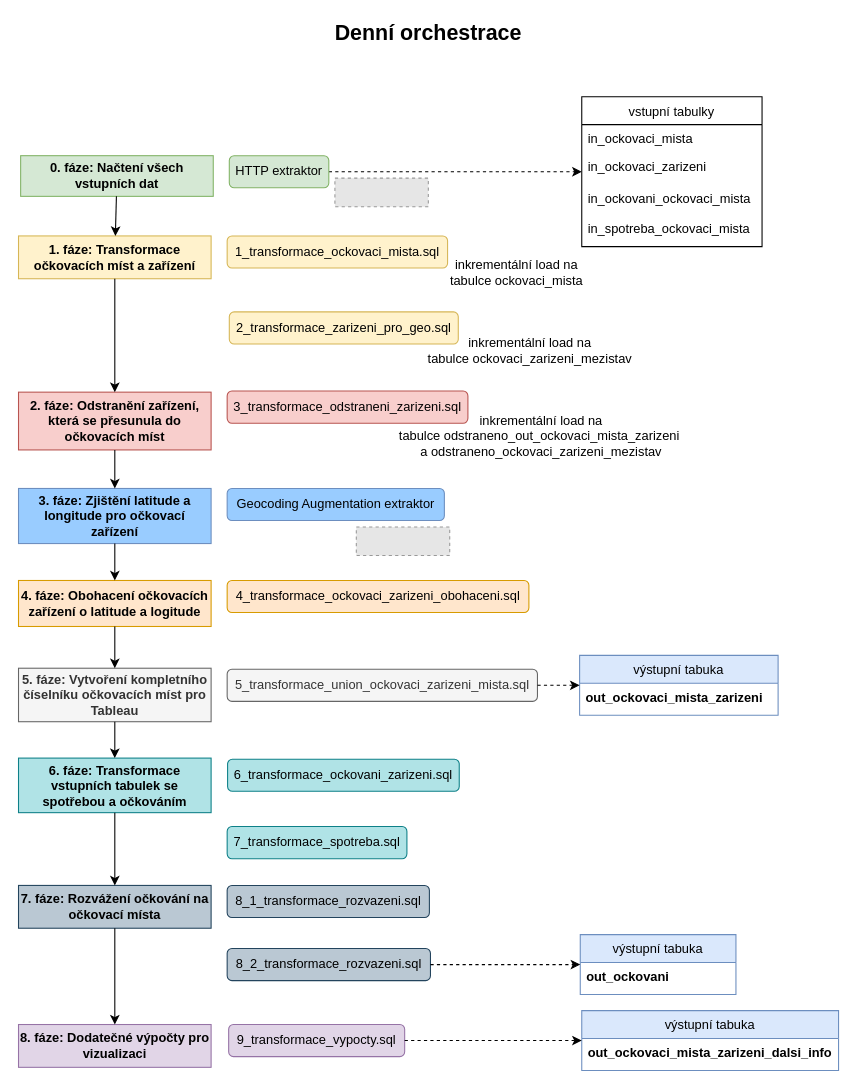
AdelaKohoutkova/da-projekt-2021 keeps this draw.io diagram as Transformace/flowchart_denni_transformace.drawio. Above is the earlier version. Source tidied: cells renumbered, new cells numbered last; positions are measured from the earlier drawing's top-left corner, leaving out a move shared by most shapes. Both pictures are drawn from the tidied source at 107%, with x=0, y=0 at pixel (18, 20). Pictures stored in the file or linked from it are replaced by grey dashed boxes.
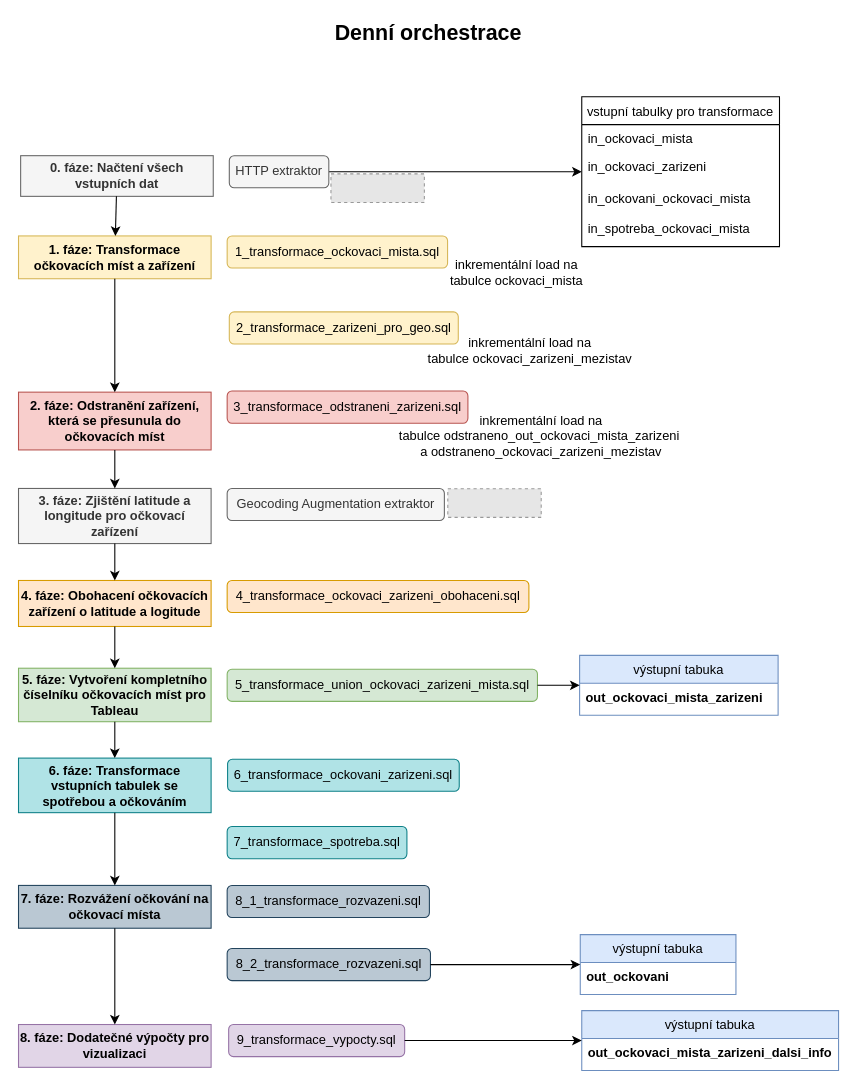
The same diagram, later.

Commit message (it also covers changes not shown here):
aktualizovány vývojové diagramy transformací

The change refers to these unchanged cells:
```xml
<mxCell id="19" value="8_2_transformace_rozvazeni.sql" style="rounded=1;whiteSpace=wrap;html=1;fillColor=#bac8d3;strokeColor=#23445d;" parent="1" vertex="1">
  <mxGeometry x="194.8" y="867" width="190" height="30" as="geometry" />
</mxCell>
<mxCell id="20" value="9_transformace_vypocty.sql" style="rounded=1;whiteSpace=wrap;html=1;fillColor=#e1d5e7;strokeColor=#9673a6;" parent="1" vertex="1">
  <mxGeometry x="196.2" y="938" width="164.5" height="30" as="geometry" />
</mxCell>
<mxCell id="21" value="výstupní tabuka" style="swimlane;fontStyle=0;horizontal=1;startSize=26;fillColor=#dae8fc;strokeColor=#6c8ebf;" parent="1" vertex="1">
  <mxGeometry x="524.2" y="593" width="185.5" height="56" as="geometry" />
</mxCell>
<mxCell id="24" value="výstupní tabuka" style="swimlane;fontStyle=0;horizontal=1;startSize=26;fillColor=#dae8fc;strokeColor=#6c8ebf;" parent="1" vertex="1">
  <mxGeometry x="524.8" y="854" width="145.5" height="56" as="geometry" />
</mxCell>
<mxCell id="27" value="výstupní tabuka" style="swimlane;fontStyle=0;horizontal=1;startSize=26;fillColor=#dae8fc;strokeColor=#6c8ebf;" parent="1" vertex="1">
  <mxGeometry x="526.2" y="925" width="240" height="56" as="geometry" />
</mxCell>
```

The edit, as a diff of the source:
```diff
@@
-    <mxCell id="3" style="rounded=0;jettySize=auto;html=1;dashed=1;" parent="1" edge="1" source="4" target="5">
+    <mxCell id="3" style="rounded=0;jettySize=auto;html=1;" parent="1" edge="1" source="4" target="5">
       <mxGeometry relative="1" as="geometry" />
     </mxCell>
-    <mxCell id="4" value="HTTP extraktor" style="rounded=1;whiteSpace=wrap;html=1;fillColor=#d5e8d4;strokeColor=#82b366;align=center;" parent="1" vertex="1">
+    <mxCell id="4" value="HTTP extraktor" style="rounded=1;whiteSpace=wrap;html=1;fillColor=#f5f5f5;strokeColor=#666666;align=center;fontColor=#333333;" parent="1" vertex="1">
       <mxGeometry x="196.8" y="126" width="93" height="30" as="geometry" />
     </mxCell>
-    <mxCell id="5" value="vstupní tabulky" style="swimlane;fontStyle=0;horizontal=1;startSize=26;" parent="1" vertex="1">
-      <mxGeometry x="526.2" y="71" width="168.5" height="140" as="geometry" />
+    <mxCell id="5" value="vstupní tabulky pro transformace" style="swimlane;fontStyle=0;horizontal=1;startSize=26;" parent="1" vertex="1">
+      <mxGeometry x="526.2" y="71" width="184.8" height="140" as="geometry" />
     </mxCell>
     <mxCell id="6" value="in_ockovaci_mista&#10;" style="text;strokeColor=none;fillColor=none;align=left;verticalAlign=top;spacingLeft=4;spacingRight=4;overflow=hidden;" parent="5" vertex="1">
-      <mxGeometry y="26" width="168.5" height="26" as="geometry" />
+      <mxGeometry y="26" width="184.8" height="26" as="geometry" />
     </mxCell>
     <mxCell id="7" value="in_ockovaci_zarizeni" style="text;strokeColor=none;fillColor=none;spacingLeft=4;spacingRight=4;overflow=hidden;fontSize=12;" parent="5" vertex="1">
-      <mxGeometry y="52" width="168.5" height="30" as="geometry" />
+      <mxGeometry y="52" width="184.8" height="30" as="geometry" />
     </mxCell>
     <mxCell id="8" value="in_ockovani_ockovaci_mista" style="text;strokeColor=none;fillColor=none;align=left;verticalAlign=top;spacingLeft=4;spacingRight=4;overflow=hidden;" parent="5" vertex="1">
-      <mxGeometry y="82" width="168.5" height="28" as="geometry" />
+      <mxGeometry y="82" width="184.8" height="28" as="geometry" />
     </mxCell>
     <mxCell id="9" value="in_spotreba_ockovaci_mista" style="text;strokeColor=none;fillColor=none;spacingLeft=4;spacingRight=4;overflow=hidden;fontSize=12;" parent="5" vertex="1">
-      <mxGeometry y="110" width="168.5" height="30" as="geometry" />
+      <mxGeometry y="110" width="184.8" height="30" as="geometry" />
     </mxCell>
@@
-    <mxCell id="13" value="Geocoding Augmentation extraktor" style="rounded=1;whiteSpace=wrap;html=1;strokeColor=#6c8ebf;fillColor=#99CCFF;" parent="1" vertex="1">
+    <mxCell id="13" value="Geocoding Augmentation extraktor" style="rounded=1;whiteSpace=wrap;html=1;strokeColor=#666666;fillColor=#f5f5f5;fontColor=#333333;" parent="1" vertex="1">
       <mxGeometry x="194.8" y="437" width="203" height="30" as="geometry" />
     </mxCell>
@@
-    <mxCell id="15" value="5_transformace_union_ockovaci_zarizeni_mista.sql" style="rounded=1;whiteSpace=wrap;html=1;fillColor=#f5f5f5;strokeColor=#666666;fontColor=#333333;" parent="1" vertex="1">
+    <mxCell id="15" value="5_transformace_union_ockovaci_zarizeni_mista.sql" style="rounded=1;whiteSpace=wrap;html=1;fillColor=#d5e8d4;strokeColor=#82b366;" parent="1" vertex="1">
       <mxGeometry x="194.8" y="606" width="290" height="30" as="geometry" />
     </mxCell>
@@
-    <mxCell id="23" style="rounded=0;jettySize=auto;html=1;dashed=1;" parent="1" edge="1" source="15" target="21">
+    <mxCell id="23" style="rounded=0;jettySize=auto;html=1;" parent="1" edge="1" source="15" target="21">
       <mxGeometry relative="1" as="geometry" />
     </mxCell>
@@
-    <mxCell id="26" style="rounded=0;jettySize=auto;html=1;dashed=1;" parent="1" edge="1" source="19" target="24">
+    <mxCell id="26" style="rounded=0;jettySize=auto;html=1;" parent="1" edge="1" source="19" target="24">
       <mxGeometry relative="1" as="geometry" />
     </mxCell>
@@
-    <mxCell id="29" style="rounded=0;jettySize=auto;html=1;dashed=1;" parent="1" edge="1" source="20" target="27">
+    <mxCell id="29" style="rounded=0;jettySize=auto;html=1;" parent="1" edge="1" source="20" target="27">
       <mxGeometry relative="1" as="geometry" />
     </mxCell>
-    <mxCell id="30" value="0. fáze: Načtení všech vstupních dat" style="text;html=1;strokeColor=#82b366;fillColor=#d5e8d4;align=center;verticalAlign=middle;whiteSpace=wrap;rounded=0;fontStyle=1;" parent="1" vertex="1">
+    <mxCell id="30" value="0. fáze: Načtení všech vstupních dat" style="text;html=1;strokeColor=#666666;fillColor=#f5f5f5;align=center;verticalAlign=middle;whiteSpace=wrap;rounded=0;fontStyle=1;fontColor=#333333;" parent="1" vertex="1">
       <mxGeometry x="1.8" y="126" width="180" height="38" as="geometry" />
     </mxCell>
@@
-    <mxCell id="33" value="3. fáze: Zjištění latitude a longitude pro očkovací zařízení" style="text;html=1;strokeColor=#6c8ebf;align=center;verticalAlign=middle;whiteSpace=wrap;rounded=0;fontStyle=1;fillColor=#99CCFF;" parent="1" vertex="1">
+    <mxCell id="33" value="3. fáze: Zjištění latitude a longitude pro očkovací zařízení" style="text;html=1;strokeColor=#666666;align=center;verticalAlign=middle;whiteSpace=wrap;rounded=0;fontStyle=1;fillColor=#f5f5f5;fontColor=#333333;" parent="1" vertex="1">
       <mxGeometry x="-0.2" y="437" width="180" height="51.5" as="geometry" />
     </mxCell>
@@
-    <mxCell id="35" value="5. fáze: Vytvoření kompletního číselníku očkovacích míst pro Tableau" style="text;html=1;strokeColor=#666666;fillColor=#f5f5f5;align=center;verticalAlign=middle;whiteSpace=wrap;rounded=0;fontStyle=1;fontColor=#333333;" parent="1" vertex="1">
+    <mxCell id="35" value="5. fáze: Vytvoření kompletního číselníku očkovacích míst pro Tableau" style="text;html=1;strokeColor=#82b366;fillColor=#d5e8d4;align=center;verticalAlign=middle;whiteSpace=wrap;rounded=0;fontStyle=1;" parent="1" vertex="1">
       <mxGeometry x="-0.2" y="605" width="180" height="50" as="geometry" />
     </mxCell>
@@
     <mxCell id="50" style="fillColor=#E6E6E6;strokeColor=#999999;dashed=1;verticalLabelPosition=bottom;labelBackgroundColor=#ffffff;verticalAlign=top;" parent="1" vertex="1">
-      <mxGeometry x="295.5" y="147" width="87.3" height="26.7" as="geometry" />
+      <mxGeometry x="291.8" y="143" width="87.3" height="26.7" as="geometry" />
     </mxCell>
     <mxCell id="51" style="fillColor=#E6E6E6;strokeColor=#999999;dashed=1;verticalLabelPosition=bottom;labelBackgroundColor=#ffffff;verticalAlign=top;" parent="1" vertex="1">
-      <mxGeometry x="315.5" y="473" width="87.3" height="26.7" as="geometry" />
+      <mxGeometry x="401" y="437.3" width="87.3" height="26.7" as="geometry" />
     </mxCell>
```
